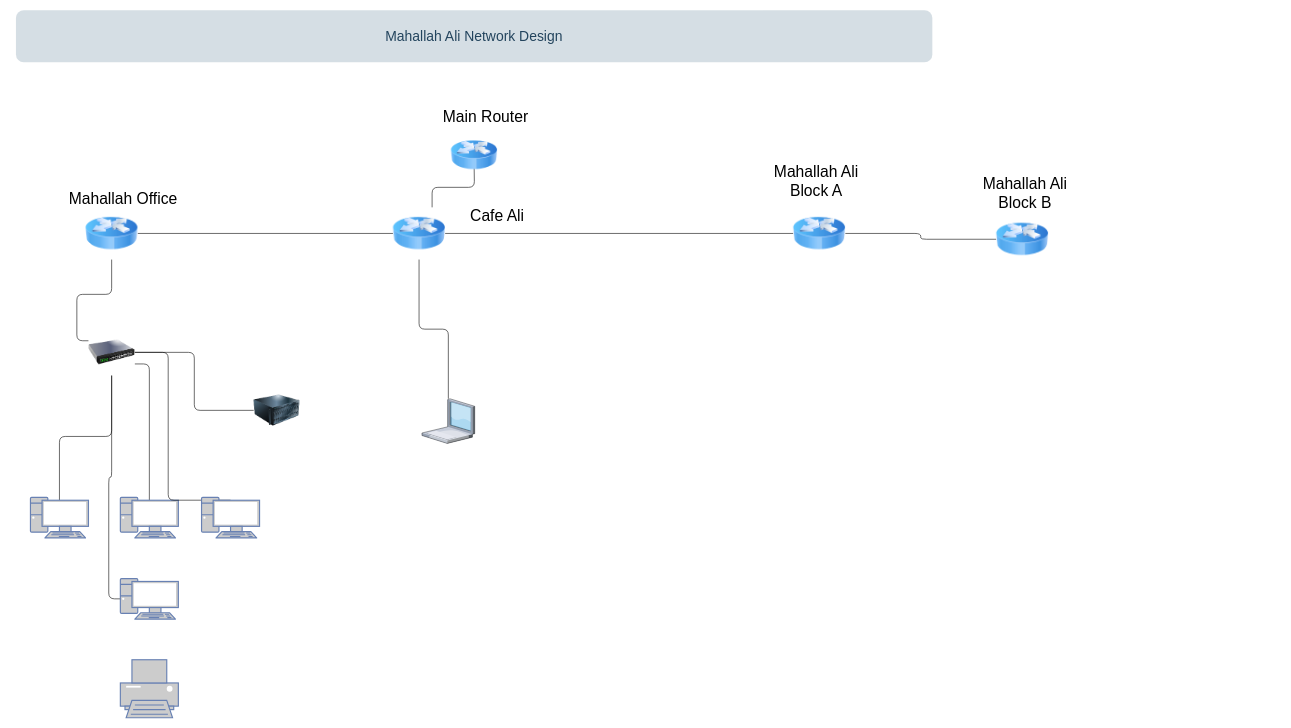
Earlier version of the draw.io diagram Untitled Diagram.drawio (lukmanul96/gitworkshop). Source tidied: cells renumbered, new cells numbered last; positions are measured from the earlier drawing's top-left corner, leaving out a move shared by most shapes. Both pictures are drawn from the tidied source at 58%, with x=0, y=0 at pixel (16, 10).
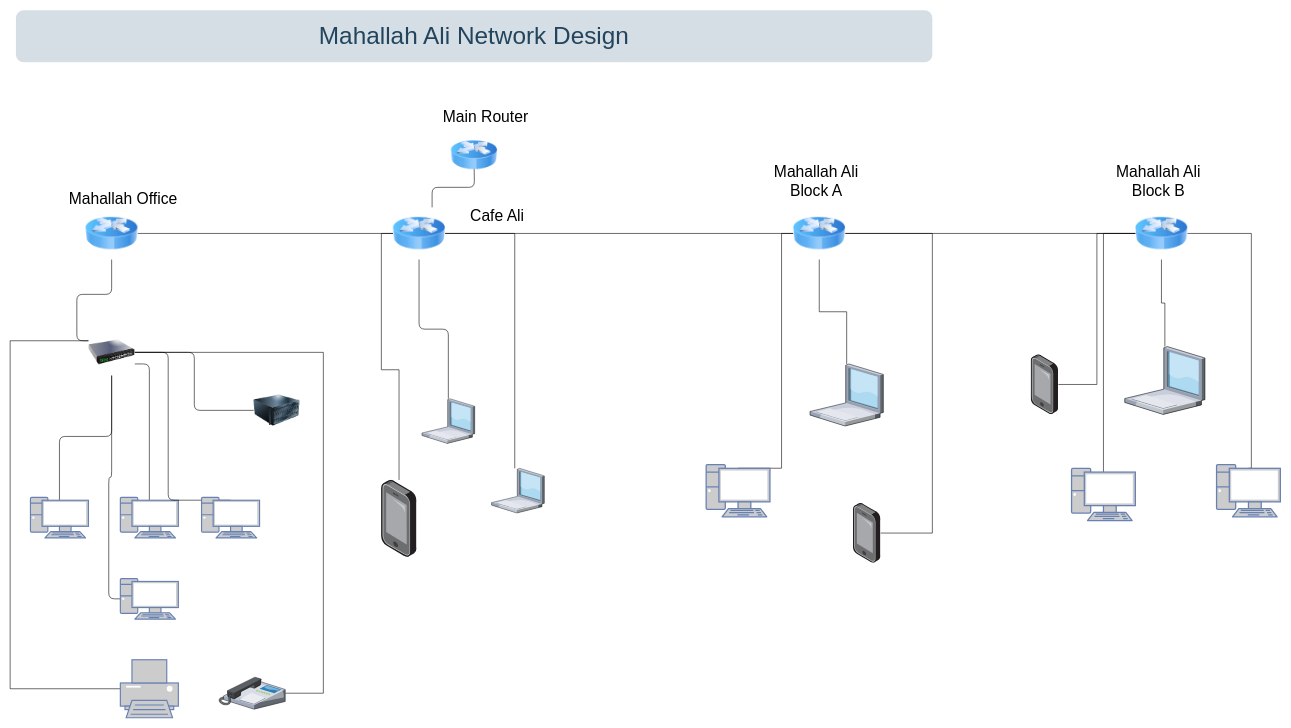
The same page after the edit.

Commit message:
2029299_Mahallah Ali Network Design.drawio

The change refers to these unchanged cells:
```xml
<mxCell id="7" style="image;html=1;image=img/lib/clip_art/networking/Router_Icon_128x128.png;" parent="1" vertex="1">
  <mxGeometry x="650" y="340" width="90" height="90" as="geometry" />
</mxCell>
<mxCell id="9" style="image;html=1;image=img/lib/clip_art/networking/Router_Icon_128x128.png;" parent="1" vertex="1">
  <mxGeometry x="1340" y="340" width="90" height="90" as="geometry" />
</mxCell>
<mxCell id="12" style="image;html=1;image=img/lib/clip_art/networking/Switch_128x128.png;" parent="1" vertex="1">
  <mxGeometry x="125" y="550" width="80" height="80" as="geometry" />
</mxCell>
<mxCell id="21" style="fontColor=#0066CC;verticalAlign=top;verticalLabelPosition=bottom;labelPosition=center;align=center;html=1;outlineConnect=0;fillColor=#CCCCCC;strokeColor=#6881B3;gradientColor=none;gradientDirection=north;strokeWidth=2;shape=mxgraph.networks.printer;" parent="1" vertex="1">
  <mxGeometry x="180" y="1120" width="100" height="100" as="geometry" />
</mxCell>
```

Change to the diagram source:
```diff
@@
-    <mxCell id="2" value="Mahallah Ali Network Design" style="rounded=1;whiteSpace=wrap;html=1;strokeColor=none;fillColor=#BAC8D3;fontSize=24;fontColor=#23445D;align=center;opacity=60;" parent="1" vertex="1">
+    <mxCell id="2" value="&lt;font style=&quot;font-size: 42px;&quot;&gt;Mahallah Ali Network Design&lt;/font&gt;" style="rounded=1;whiteSpace=wrap;html=1;strokeColor=none;fillColor=#BAC8D3;fontSize=24;fontColor=#23445D;align=center;opacity=60;" parent="1" vertex="1">
       <mxGeometry width="1580" height="90" as="geometry" />
     </mxCell>
@@
     <mxCell id="10" style="image;html=1;image=img/lib/clip_art/networking/Router_Icon_128x128.png;" parent="1" vertex="1">
-      <mxGeometry x="1690" y="350" width="90" height="90" as="geometry" />
+      <mxGeometry x="1930" y="340" width="90" height="90" as="geometry" />
     </mxCell>
@@
+    <mxCell id="32" style="edgeStyle=orthogonalEdgeStyle;rounded=0;jettySize=auto;html=1;exitX=0;exitY=0.5;exitDx=0;exitDy=0;exitPerimeter=0;entryX=0;entryY=0.25;entryDx=0;entryDy=0;endArrow=none;endFill=0;" parent="1" edge="1" source="21" target="12">
+      <mxGeometry relative="1" as="geometry">
+        <Array as="points">
+          <mxPoint x="-10" y="1170" />
+          <mxPoint x="-10" y="570" />
+        </Array>
+      </mxGeometry>
+    </mxCell>
@@
     <mxCell id="31" value="Mahallah Ali Block B" style="text;html=1;strokeColor=none;fillColor=none;align=center;verticalAlign=middle;whiteSpace=wrap;rounded=0;fontSize=27;" parent="1" vertex="1">
-      <mxGeometry x="1660" y="300" width="160" height="30" as="geometry" />
+      <mxGeometry x="1890" y="280" width="160" height="30" as="geometry" />
     </mxCell>
+    <mxCell id="33" style="edgeStyle=orthogonalEdgeStyle;rounded=0;jettySize=auto;html=1;entryX=1;entryY=0.5;entryDx=0;entryDy=0;endArrow=none;endFill=0;" parent="1" edge="1" source="34" target="12">
+      <mxGeometry relative="1" as="geometry">
+        <Array as="points">
+          <mxPoint x="530" y="1178" />
+          <mxPoint x="530" y="590" />
+        </Array>
+      </mxGeometry>
+    </mxCell>
+    <mxCell id="34" style="verticalLabelPosition=bottom;sketch=0;html=1;verticalAlign=top;strokeColor=none;align=center;outlineConnect=0;shape=mxgraph.citrix.ip_phone;" parent="1" vertex="1">
+      <mxGeometry x="350" y="1150" width="114.3" height="55.3" as="geometry" />
+    </mxCell>
+    <mxCell id="35" style="edgeStyle=orthogonalEdgeStyle;rounded=0;jettySize=auto;html=1;entryX=1;entryY=0.5;entryDx=0;entryDy=0;endArrow=none;endFill=0;" parent="1" edge="1" source="36" target="7">
+      <mxGeometry relative="1" as="geometry">
+        <Array as="points">
+          <mxPoint x="860" y="385" />
+        </Array>
+      </mxGeometry>
+    </mxCell>
+    <mxCell id="36" style="verticalLabelPosition=bottom;sketch=0;html=1;verticalAlign=top;strokeColor=none;align=center;outlineConnect=0;shape=mxgraph.citrix.laptop_1;" parent="1" vertex="1">
+      <mxGeometry x="820" y="790" width="91" height="77" as="geometry" />
+    </mxCell>
+    <mxCell id="37" style="edgeStyle=orthogonalEdgeStyle;rounded=0;jettySize=auto;html=1;entryX=0;entryY=0.5;entryDx=0;entryDy=0;endArrow=none;endFill=0;" parent="1" edge="1" source="38" target="7">
+      <mxGeometry relative="1" as="geometry" />
+    </mxCell>
+    <mxCell id="38" style="points=[];html=1;align=center;shadow=0;dashed=0;image;image=img/lib/allied_telesis/computer_and_terminals/Smartphone.svg;" parent="1" vertex="1">
+      <mxGeometry x="630" y="810" width="61" height="133.2" as="geometry" />
+    </mxCell>
+    <mxCell id="39" style="edgeStyle=orthogonalEdgeStyle;rounded=0;jettySize=auto;html=1;endArrow=none;endFill=0;" parent="1" edge="1" source="40" target="9">
+      <mxGeometry relative="1" as="geometry" />
+    </mxCell>
+    <mxCell id="40" style="verticalLabelPosition=bottom;sketch=0;html=1;verticalAlign=top;strokeColor=none;align=center;outlineConnect=0;shape=mxgraph.citrix.laptop_1;" parent="1" vertex="1">
+      <mxGeometry x="1369" y="610" width="126.5" height="107" as="geometry" />
+    </mxCell>
+    <mxCell id="41" style="edgeStyle=orthogonalEdgeStyle;rounded=0;jettySize=auto;html=1;exitX=0.5;exitY=0.07;exitDx=0;exitDy=0;exitPerimeter=0;entryX=0;entryY=0.5;entryDx=0;entryDy=0;endArrow=none;endFill=0;" parent="1" edge="1" source="42" target="9">
+      <mxGeometry relative="1" as="geometry" />
+    </mxCell>
+    <mxCell id="42" style="fontColor=#0066CC;verticalAlign=top;verticalLabelPosition=bottom;labelPosition=center;align=center;html=1;outlineConnect=0;fillColor=#CCCCCC;strokeColor=#6881B3;gradientColor=none;gradientDirection=north;strokeWidth=2;shape=mxgraph.networks.pc;" parent="1" vertex="1">
+      <mxGeometry x="1190" y="783.5" width="110" height="90" as="geometry" />
+    </mxCell>
+    <mxCell id="43" style="edgeStyle=orthogonalEdgeStyle;rounded=0;jettySize=auto;html=1;entryX=1;entryY=0.5;entryDx=0;entryDy=0;endArrow=none;endFill=0;" parent="1" edge="1" source="44" target="9">
+      <mxGeometry relative="1" as="geometry">
+        <Array as="points">
+          <mxPoint x="1580" y="902" />
+          <mxPoint x="1580" y="385" />
+        </Array>
+      </mxGeometry>
+    </mxCell>
+    <mxCell id="44" style="points=[];html=1;align=center;shadow=0;dashed=0;image;image=img/lib/allied_telesis/computer_and_terminals/Smartphone.svg;" parent="1" vertex="1">
+      <mxGeometry x="1443.6" y="850" width="47.3" height="103.2" as="geometry" />
+    </mxCell>
+    <mxCell id="45" style="edgeStyle=orthogonalEdgeStyle;rounded=0;jettySize=auto;html=1;endArrow=none;endFill=0;" parent="1" edge="1" source="46" target="10">
+      <mxGeometry relative="1" as="geometry" />
+    </mxCell>
+    <mxCell id="46" style="verticalLabelPosition=bottom;sketch=0;html=1;verticalAlign=top;strokeColor=none;align=center;outlineConnect=0;shape=mxgraph.citrix.laptop_1;" parent="1" vertex="1">
+      <mxGeometry x="1911.7" y="580" width="138.3" height="117" as="geometry" />
+    </mxCell>
+    <mxCell id="47" style="edgeStyle=orthogonalEdgeStyle;rounded=0;jettySize=auto;html=1;exitX=0.5;exitY=0.07;exitDx=0;exitDy=0;exitPerimeter=0;entryX=1;entryY=0.5;entryDx=0;entryDy=0;endArrow=none;endFill=0;" parent="1" edge="1" source="48" target="10">
+      <mxGeometry relative="1" as="geometry">
+        <Array as="points">
+          <mxPoint x="2130" y="790" />
+          <mxPoint x="2130" y="385" />
+        </Array>
+      </mxGeometry>
+    </mxCell>
+    <mxCell id="48" style="fontColor=#0066CC;verticalAlign=top;verticalLabelPosition=bottom;labelPosition=center;align=center;html=1;outlineConnect=0;fillColor=#CCCCCC;strokeColor=#6881B3;gradientColor=none;gradientDirection=north;strokeWidth=2;shape=mxgraph.networks.pc;" parent="1" vertex="1">
+      <mxGeometry x="2070" y="783.5" width="110" height="90" as="geometry" />
+    </mxCell>
+    <mxCell id="49" style="edgeStyle=orthogonalEdgeStyle;rounded=0;jettySize=auto;html=1;exitX=0.5;exitY=0.07;exitDx=0;exitDy=0;exitPerimeter=0;entryX=0;entryY=0.5;entryDx=0;entryDy=0;endArrow=none;endFill=0;" parent="1" edge="1" source="50" target="10">
+      <mxGeometry relative="1" as="geometry" />
+    </mxCell>
+    <mxCell id="50" style="fontColor=#0066CC;verticalAlign=top;verticalLabelPosition=bottom;labelPosition=center;align=center;html=1;outlineConnect=0;fillColor=#CCCCCC;strokeColor=#6881B3;gradientColor=none;gradientDirection=north;strokeWidth=2;shape=mxgraph.networks.pc;" parent="1" vertex="1">
+      <mxGeometry x="1820" y="790" width="110" height="90" as="geometry" />
+    </mxCell>
+    <mxCell id="51" style="edgeStyle=orthogonalEdgeStyle;rounded=0;jettySize=auto;html=1;entryX=0;entryY=0.5;entryDx=0;entryDy=0;endArrow=none;endFill=0;" parent="1" edge="1" source="52" target="10">
+      <mxGeometry relative="1" as="geometry" />
+    </mxCell>
+    <mxCell id="52" style="points=[];html=1;align=center;shadow=0;dashed=0;image;image=img/lib/allied_telesis/computer_and_terminals/Smartphone.svg;" parent="1" vertex="1">
+      <mxGeometry x="1750" y="593.8" width="47.3" height="103.2" as="geometry" />
+    </mxCell>
```
